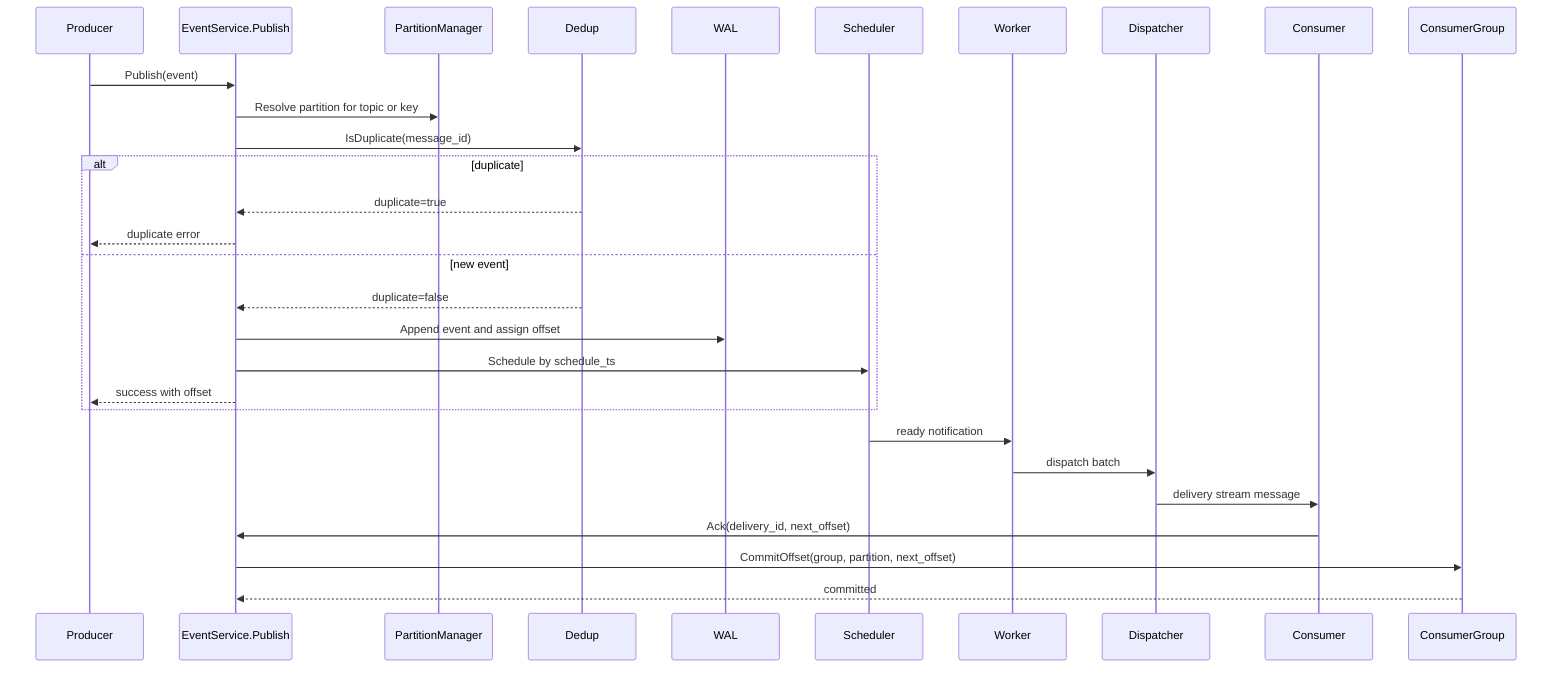
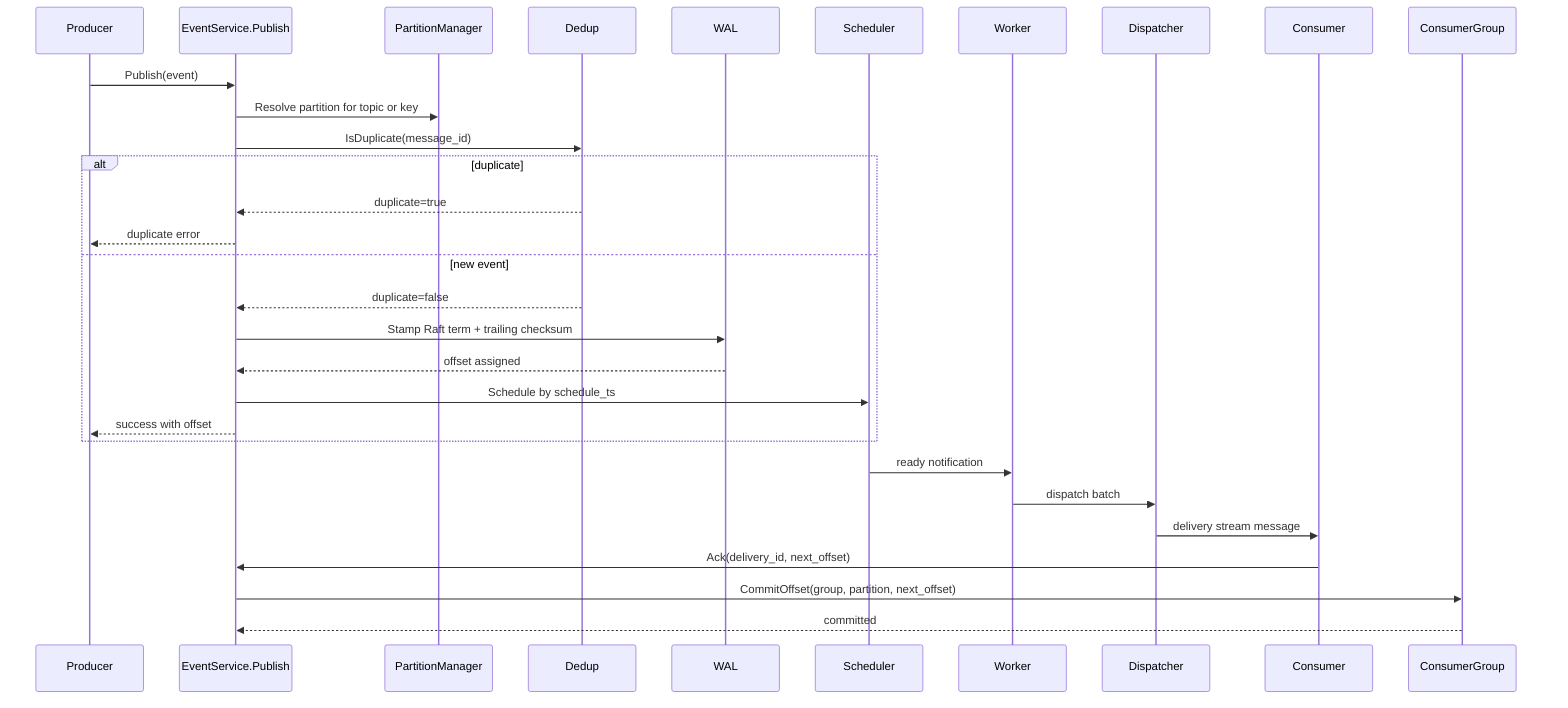
sequenceDiagram
    participant Producer
    participant API as EventService.Publish
    participant PM as PartitionManager
    participant Dedup
    participant WAL
    participant Scheduler
    participant Worker
    participant Dispatcher
    participant Consumer
    participant Group as ConsumerGroup

    Producer->>API: Publish(event)
    API->>PM: Resolve partition for topic or key
    API->>Dedup: IsDuplicate(message_id)
    alt duplicate
      Dedup-->>API: duplicate=true
      API-->>Producer: duplicate error
    else new event
      Dedup-->>API: duplicate=false
-       API->>WAL: Append event and assign offset
+       API->>WAL: Stamp Raft term + trailing checksum
+       WAL-->>API: offset assigned
      API->>Scheduler: Schedule by schedule_ts
      API-->>Producer: success with offset
    end

    Scheduler->>Worker: ready notification
    Worker->>Dispatcher: dispatch batch
    Dispatcher->>Consumer: delivery stream message
    Consumer->>API: Ack(delivery_id, next_offset)
    API->>Group: CommitOffset(group, partition, next_offset)
    Group-->>API: committed